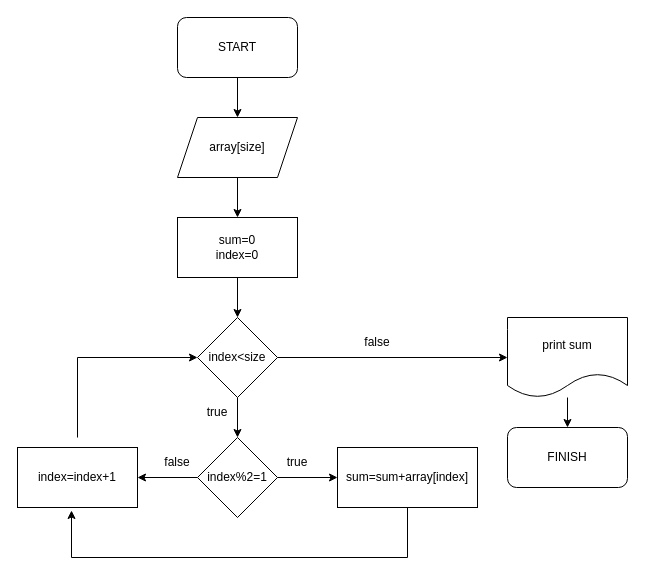
dym1try/python keeps this draw.io diagram as 00002.drawio. Above is the earlier version. Source tidied: cells renumbered, new cells numbered last; positions are measured from the earlier drawing's top-left corner, leaving out a move shared by most shapes. Both pictures are drawn from the tidied source at 100%, with x=0, y=0 at pixel (17, 17).
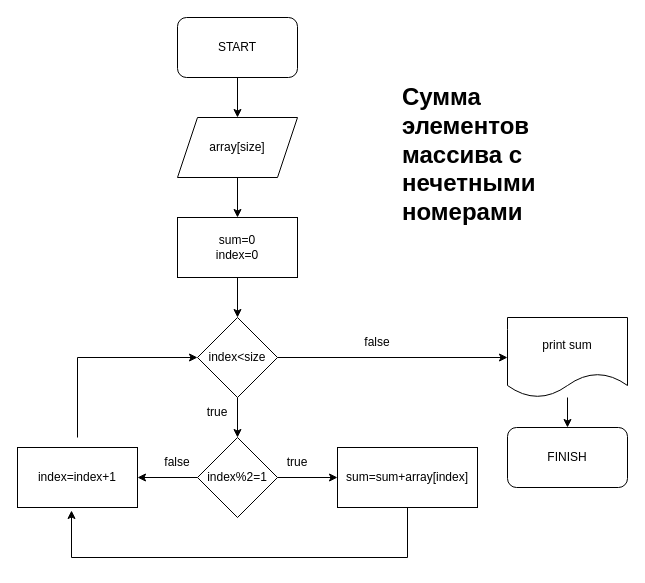
The same diagram, later.

The edit, as a diff of the source:
```diff
@@
+    <mxCell id="25" value="&lt;h1&gt;Сумма элементов массива с нечетными номерами&lt;/h1&gt;" style="text;html=1;strokeColor=none;fillColor=none;spacing=5;spacingTop=-20;whiteSpace=wrap;overflow=hidden;rounded=0;" parent="1" vertex="1">
+      <mxGeometry x="380" y="60" width="190" height="180" as="geometry" />
+    </mxCell>
```
